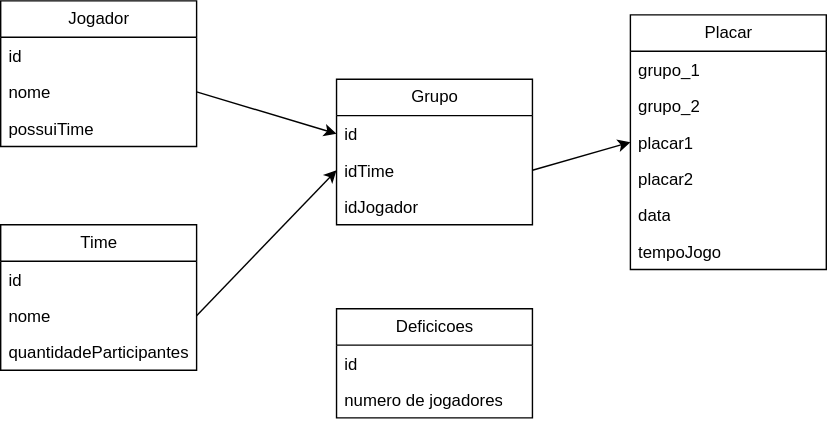
Earlier version of the draw.io export draw_db/db..drawio.svg (MarcioBastosN/dia_de_sexta). Source tidied: cells renumbered, new cells last; positions are measured from the earlier drawing's top-left corner, leaving out a move shared by most shapes.
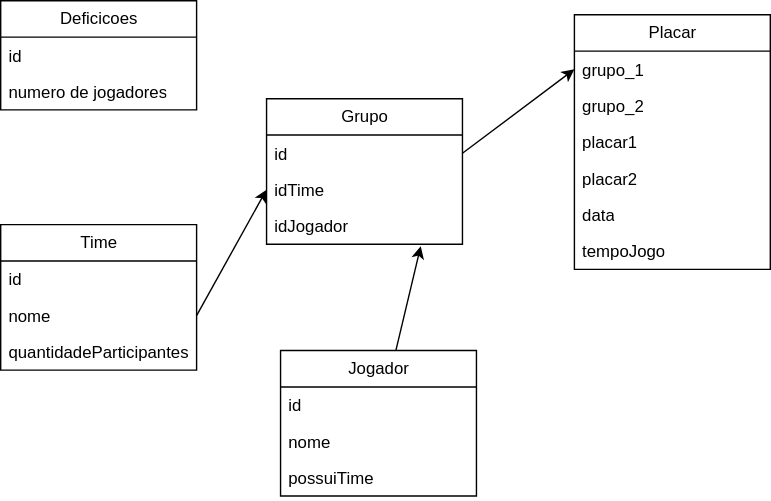
After the commit.

Diff of the diagram source:
```diff
@@ -2,8 +2,11 @@
   <root>
     <mxCell id="0" />
     <mxCell id="1" parent="0" />
+    <mxCell id="27" style="edgeStyle=none;html=1;entryX=0.787;entryY=1.054;entryDx=0;entryDy=0;entryPerimeter=0;" parent="1" edge="1" source="2" target="23">
+      <mxGeometry relative="1" as="geometry" />
+    </mxCell>
     <mxCell id="2" value="Jogador" style="swimlane;fontStyle=0;horizontal=1;startSize=26;fillColor=none;html=1;" parent="1" vertex="1">
-      <mxGeometry width="140" height="104" as="geometry" />
+      <mxGeometry x="190" y="250" width="140" height="104" as="geometry" />
     </mxCell>
     <mxCell id="3" value="id" style="text;strokeColor=none;fillColor=none;align=left;verticalAlign=top;spacingLeft=4;spacingRight=4;overflow=hidden;whiteSpace=wrap;html=1;" parent="2" vertex="1">
       <mxGeometry y="26" width="140" height="26" as="geometry" />
@@ -15,7 +18,7 @@
       <mxGeometry y="78" width="140" height="26" as="geometry" />
     </mxCell>
     <mxCell id="6" value="Time" style="swimlane;fontStyle=0;horizontal=1;startSize=26;fillColor=none;html=1;" parent="1" vertex="1">
-      <mxGeometry y="160" width="140" height="104" as="geometry" />
+      <mxGeometry x="-10" y="160" width="140" height="104" as="geometry" />
     </mxCell>
     <mxCell id="7" value="id" style="text;strokeColor=none;fillColor=none;align=left;verticalAlign=top;spacingLeft=4;spacingRight=4;overflow=hidden;whiteSpace=wrap;html=1;" parent="6" vertex="1">
       <mxGeometry y="26" width="140" height="26" as="geometry" />
@@ -27,7 +30,7 @@
       <mxGeometry y="78" width="140" height="26" as="geometry" />
     </mxCell>
     <mxCell id="10" value="Deficicoes" style="swimlane;fontStyle=0;horizontal=1;startSize=26;fillColor=none;html=1;" parent="1" vertex="1">
-      <mxGeometry x="240" y="220" width="140" height="78" as="geometry" />
+      <mxGeometry x="-10" width="140" height="78" as="geometry" />
     </mxCell>
     <mxCell id="11" value="id" style="text;strokeColor=none;fillColor=none;align=left;verticalAlign=top;spacingLeft=4;spacingRight=4;overflow=hidden;whiteSpace=wrap;html=1;" parent="10" vertex="1">
       <mxGeometry y="26" width="140" height="26" as="geometry" />
@@ -36,7 +39,7 @@
       <mxGeometry y="52" width="140" height="26" as="geometry" />
     </mxCell>
     <mxCell id="13" value="Placar" style="swimlane;fontStyle=0;horizontal=1;startSize=26;fillColor=none;html=1;" parent="1" vertex="1">
-      <mxGeometry x="450" y="10" width="140" height="182" as="geometry" />
+      <mxGeometry x="400" y="10" width="140" height="182" as="geometry" />
     </mxCell>
     <mxCell id="14" value="grupo_1" style="text;strokeColor=none;fillColor=none;align=left;verticalAlign=top;spacingLeft=4;spacingRight=4;overflow=hidden;points=[[0,0.5],[1,0.5]];portConstraint=eastwest;whiteSpace=wrap;html=1;" parent="13" vertex="1">
       <mxGeometry y="26" width="140" height="26" as="geometry" />
@@ -57,7 +60,7 @@
       <mxGeometry y="156" width="140" height="26" as="geometry" />
     </mxCell>
     <mxCell id="20" value="Grupo" style="swimlane;fontStyle=0;horizontal=1;startSize=26;fillColor=none;html=1;" parent="1" vertex="1">
-      <mxGeometry x="240" y="56" width="140" height="104" as="geometry" />
+      <mxGeometry x="180" y="70" width="140" height="104" as="geometry" />
     </mxCell>
     <mxCell id="21" value="id" style="text;strokeColor=none;fillColor=none;align=left;verticalAlign=top;spacingLeft=4;spacingRight=4;overflow=hidden;points=[[0,0.5],[1,0.5]];portConstraint=eastwest;whiteSpace=wrap;html=1;" parent="20" vertex="1">
       <mxGeometry y="26" width="140" height="26" as="geometry" />
@@ -68,14 +71,11 @@
     <mxCell id="23" value="idJogador" style="text;strokeColor=none;fillColor=none;align=left;verticalAlign=top;spacingLeft=4;spacingRight=4;overflow=hidden;points=[[0,0.5],[1,0.5]];portConstraint=eastwest;whiteSpace=wrap;html=1;" parent="20" vertex="1">
       <mxGeometry y="78" width="140" height="26" as="geometry" />
     </mxCell>
-    <mxCell id="24" style="edgeStyle=none;html=1;exitX=1;exitY=0.5;exitDx=0;exitDy=0;entryX=0;entryY=0.5;entryDx=0;entryDy=0;" parent="1" edge="1" source="22" target="16">
-      <mxGeometry relative="1" as="geometry" />
-    </mxCell>
-    <mxCell id="25" style="edgeStyle=none;html=1;exitX=1;exitY=0.5;exitDx=0;exitDy=0;entryX=0;entryY=0.5;entryDx=0;entryDy=0;" parent="1" edge="1" source="4" target="21">
-      <mxGeometry relative="1" as="geometry" />
-    </mxCell>
     <mxCell id="26" style="edgeStyle=none;html=1;exitX=1;exitY=0.5;exitDx=0;exitDy=0;entryX=0;entryY=0.5;entryDx=0;entryDy=0;" parent="1" edge="1" source="8" target="22">
       <mxGeometry relative="1" as="geometry" />
     </mxCell>
+    <mxCell id="28" style="edgeStyle=none;html=1;entryX=0;entryY=0.5;entryDx=0;entryDy=0;exitX=1;exitY=0.5;exitDx=0;exitDy=0;" parent="1" edge="1" source="21" target="14">
+      <mxGeometry relative="1" as="geometry" />
+    </mxCell>
   </root>
 </mxGraphModel>
```
